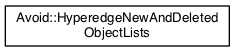
This is documentation/inherit_graph_6.png from mjwybrow/adaptagrams, a Graphviz export, as it was before one commit. Its source is kept beside it as documentation/inherit_graph_6.dot.
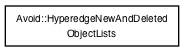
After the change.

What changed in the source:
```diff
@@ -3,5 +3,5 @@
   edge [fontname="Helvetica",fontsize="10",labelfontname="Helvetica",labelfontsize="10"];
   node [fontname="Helvetica",fontsize="10",shape=record];
   rankdir="LR";
-  Node1 [label="Avoid::HyperedgeNewAndDeleted\lObjectLists",height=0.2,width=0.4,color="black", fillcolor="white", style="filled",URL="$structAvoid_1_1HyperedgeNewAndDeletedObjectLists.html",tooltip="The HyperedgeNewAndDeletedObjectLists class stores lists of objects created and deleted during hypere..."];
+  Node0 [label="Avoid::HyperedgeNewAndDeleted\lObjectLists",height=0.2,width=0.4,color="black", fillcolor="white", style="filled",URL="$structAvoid_1_1HyperedgeNewAndDeletedObjectLists.html",tooltip="The HyperedgeNewAndDeletedObjectLists class stores lists of objects created and deleted during hypere..."];
 }
```
